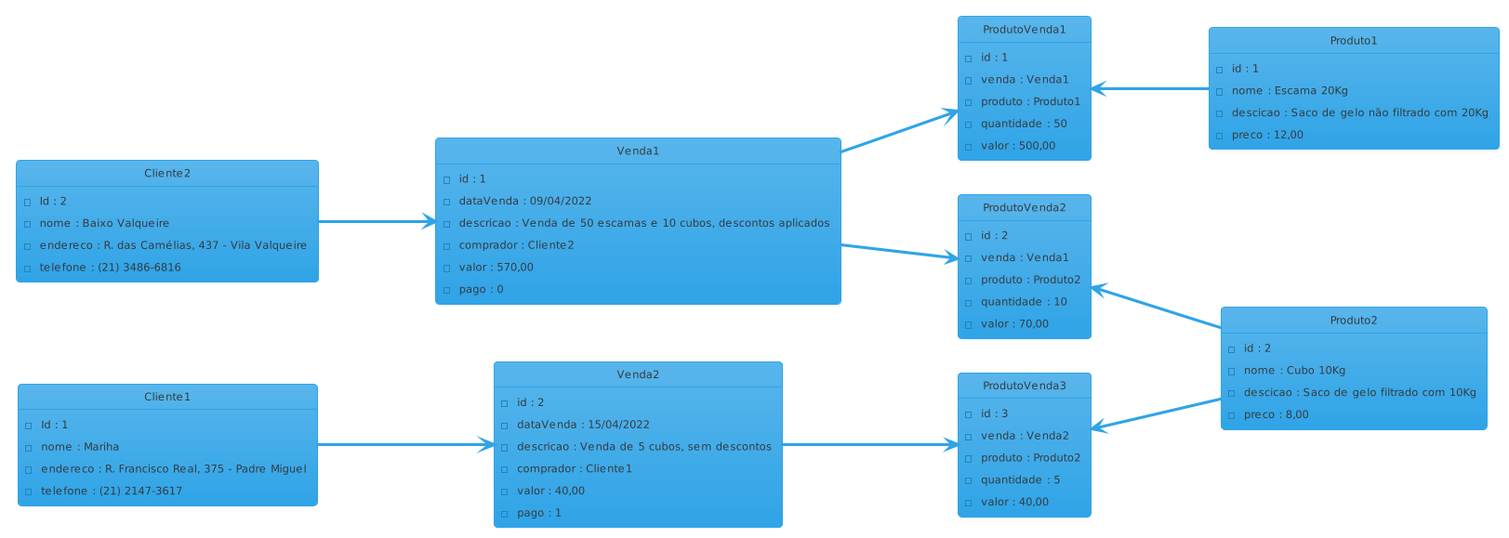
Earlier version of the PlantUML export docs/uml/Object/Object.png (Flaigor/SalesHistoryManager).
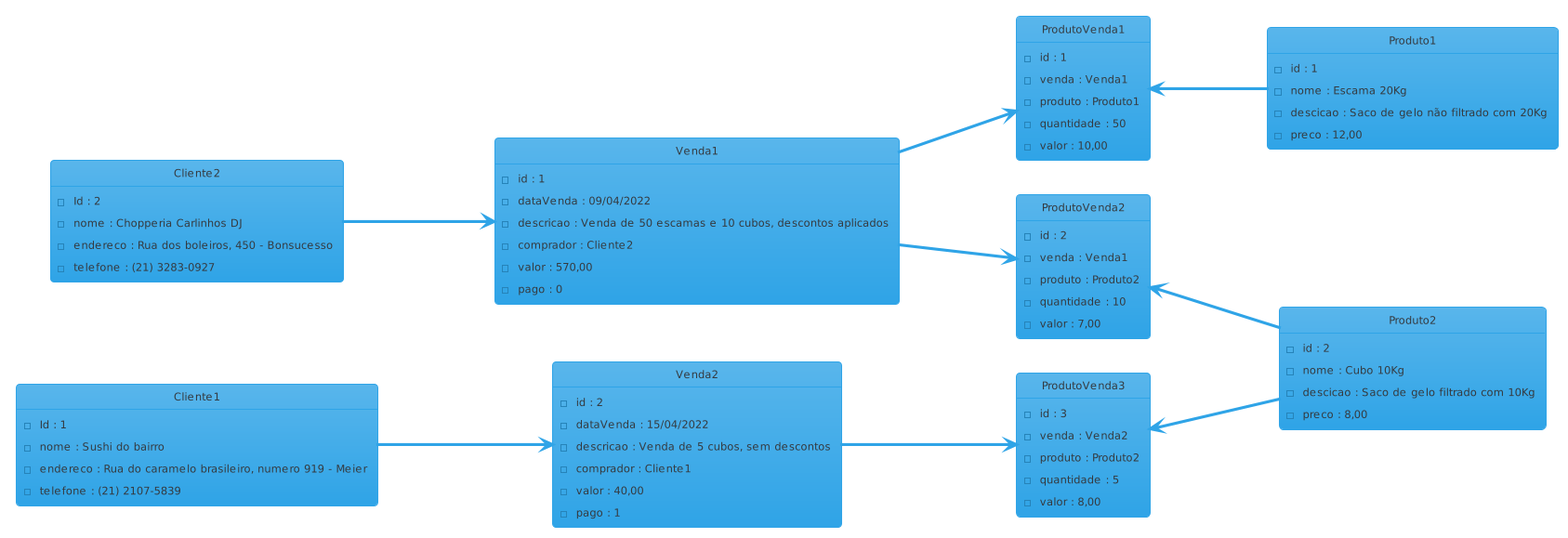
Later version of the same file.

The edit, as a diff of the source:
```diff
@@ -4,16 +4,16 @@
 
 object Cliente1 {
 	-Id : 1
-	-nome : Mariha
-	-endereco : R. Francisco Real, 375 - Padre Miguel
-	-telefone : (21) 2147-3617
+	-nome : Sushi do bairro
+	-endereco : Rua do caramelo brasileiro, numero 919 - Meier
+	-telefone : (21) 2107-5839
 }
 
 object Cliente2 {
 	-Id : 2
-	-nome : Baixo Valqueire
-	-endereco : R. das Camélias, 437 - Vila Valqueire
-	-telefone : (21) 3486-6816
+	-nome : Chopperia Carlinhos DJ
+	-endereco : Rua dos boleiros, 450 - Bonsucesso
+	-telefone : (21) 3283-0927
 }
 
 object Produto1 {
@@ -53,7 +53,7 @@
 	-venda : Venda1
 	-produto : Produto1
 	-quantidade : 50
-	-valor : 500,00
+	-valor : 10,00
 }
 
 object ProdutoVenda2{
@@ -61,7 +61,7 @@
 	-venda : Venda1
 	-produto : Produto2
 	-quantidade : 10
-	-valor : 70,00
+	-valor : 7,00
 }
 
 object ProdutoVenda3{
@@ -69,7 +69,7 @@
 	-venda : Venda2
 	-produto : Produto2
 	-quantidade : 5
-	-valor : 40,00
+	-valor : 8,00
 }
 
 Cliente1 ---> Venda2
```
